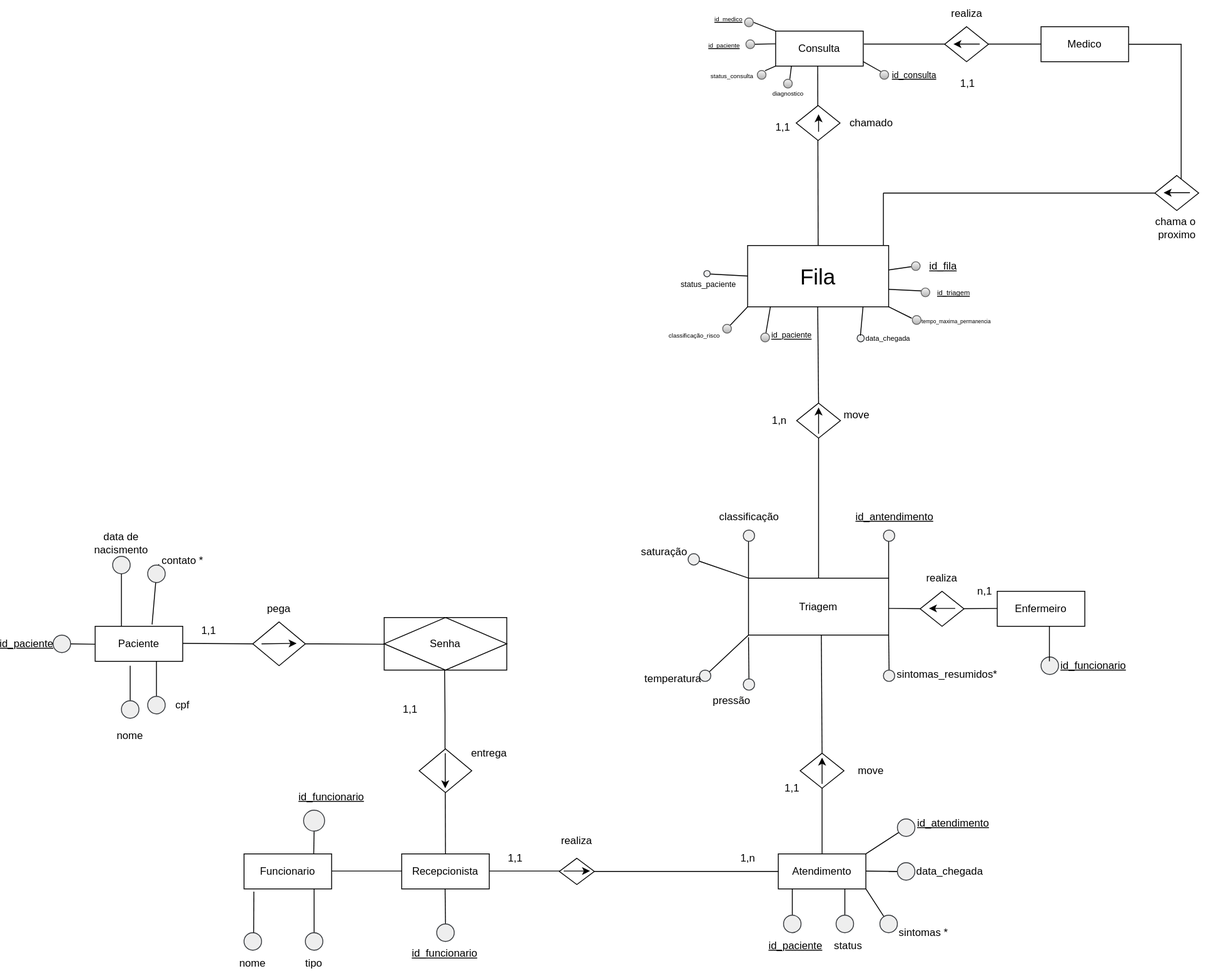
This is diagramas/FluxoPrincipalPaciente.drawio.svg from Zidan-09/ProjetoInterdiciplinar_GdF, a draw.io export, as it was before one commit. Source tidied: cells renumbered, new cells last; positions are measured from the earlier drawing's top-left corner, leaving out a move shared by most shapes.
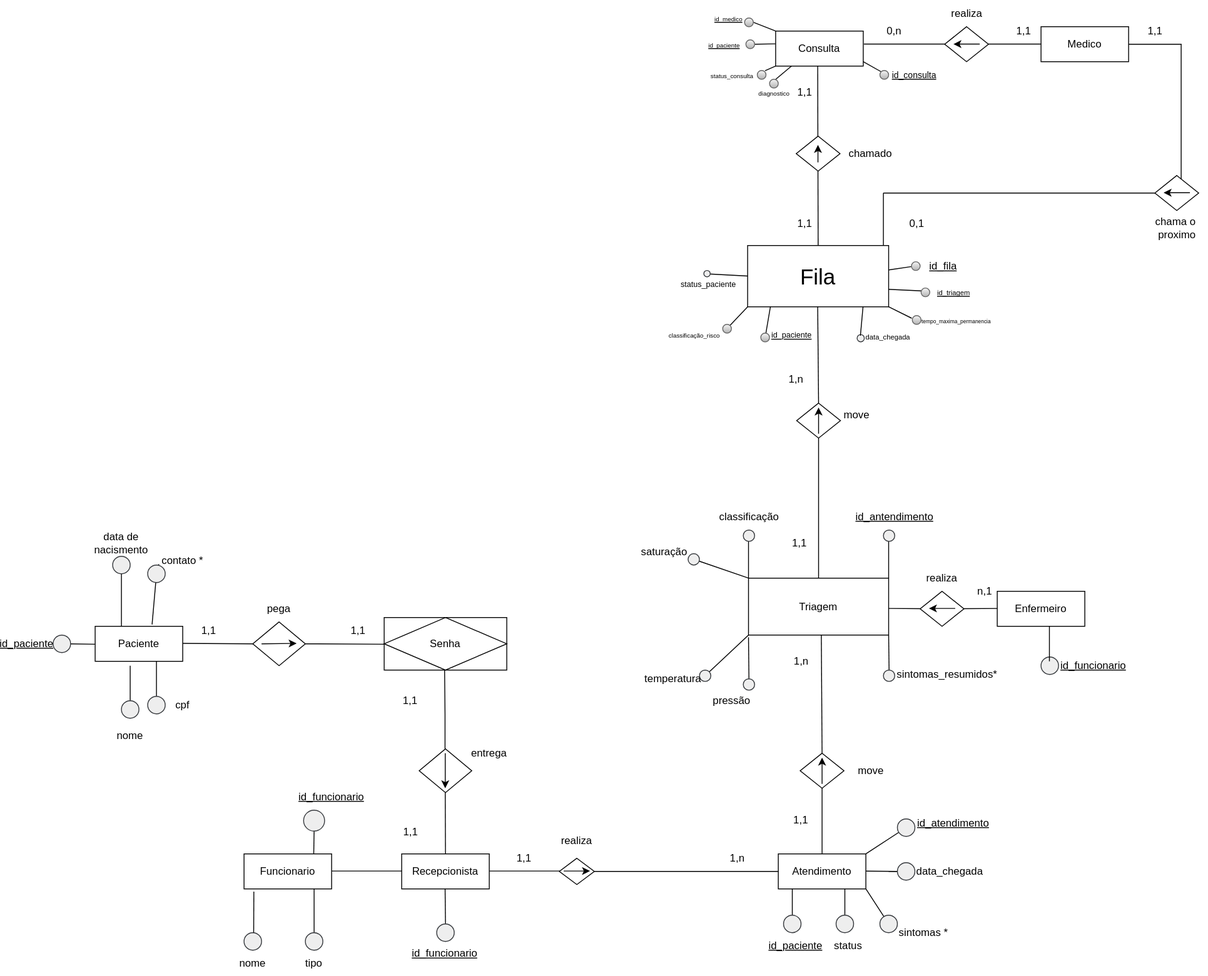
After the change.

Change to the diagram source:
```diff
@@ -36,7 +36,7 @@
       </mxGeometry>
     </mxCell>
     <mxCell id="9" value="1,1" style="text;strokeColor=none;align=center;fillColor=none;html=1;verticalAlign=middle;whiteSpace=wrap;rounded=0;" parent="1" vertex="1">
-      <mxGeometry x="438" y="795" width="60" height="30" as="geometry" />
+      <mxGeometry x="438" y="785" width="60" height="30" as="geometry" />
     </mxCell>
     <mxCell id="10" style="shape=rhombus;html=1;dashed=0;whiteSpace=wrap;perimeter=rhombusPerimeter;" parent="1" vertex="1">
       <mxGeometry x="288" y="710" width="60" height="50" as="geometry" />
@@ -302,7 +302,7 @@
       <mxGeometry x="964" y="865" width="60" height="30" as="geometry" />
     </mxCell>
     <mxCell id="75" value="1,1" style="text;strokeColor=none;align=center;fillColor=none;html=1;verticalAlign=middle;whiteSpace=wrap;rounded=0;" parent="1" vertex="1">
-      <mxGeometry x="558" y="965" width="60" height="30" as="geometry" />
+      <mxGeometry x="568" y="965" width="60" height="30" as="geometry" />
     </mxCell>
     <mxCell id="76" value="Triagem" style="whiteSpace=wrap;html=1;align=center;direction=south;" parent="1" vertex="1">
       <mxGeometry x="854" y="660" width="160" height="65" as="geometry" />
@@ -316,7 +316,7 @@
       <mxGeometry x="1058" y="925" width="60" height="30" as="geometry" />
     </mxCell>
     <mxCell id="79" value="1,1" style="text;strokeColor=none;align=center;fillColor=none;html=1;verticalAlign=middle;whiteSpace=wrap;rounded=0;" parent="1" vertex="1">
-      <mxGeometry x="874" y="885" width="60" height="30" as="geometry" />
+      <mxGeometry x="884" y="922" width="60" height="30" as="geometry" />
     </mxCell>
     <mxCell id="80" style="endArrow=none;html=1;rounded=0;" parent="1" edge="1" source="82">
       <mxGeometry relative="1" as="geometry">
@@ -513,7 +513,7 @@
       <mxGeometry width="7.3" height="7.3" as="geometry" />
     </mxCell>
     <mxCell id="128" value="&lt;font style=&quot;font-size: 8px;&quot;&gt;data_chegada&lt;/font&gt;" style="text;html=1;align=center;verticalAlign=middle;strokeColor=none;fillColor=none;" parent="1" vertex="1">
-      <mxGeometry x="978" y="370" width="70" height="30" as="geometry" />
+      <mxGeometry x="978" y="369" width="70" height="30" as="geometry" />
     </mxCell>
     <mxCell id="129" value="&lt;font style=&quot;font-size: 9px;&quot;&gt;status_paciente&lt;/font&gt;" style="text;html=1;align=center;verticalAlign=middle;strokeColor=none;fillColor=none;" parent="1" vertex="1">
       <mxGeometry x="763" y="308.5" width="90" height="30" as="geometry" />
@@ -584,16 +584,16 @@
       </mxGeometry>
     </mxCell>
     <mxCell id="147" style="shape=rhombus;html=1;dashed=0;whiteSpace=wrap;perimeter=rhombusPerimeter;" parent="1" vertex="1">
-      <mxGeometry x="908.5" y="120" width="50" height="40" as="geometry" />
+      <mxGeometry x="908.5" y="155" width="50" height="40" as="geometry" />
     </mxCell>
     <mxCell id="148" style="endArrow=classic;html=1;rounded=0;" parent="1" edge="1">
       <mxGeometry relative="1" as="geometry">
-        <mxPoint x="934" y="150" as="sourcePoint" />
-        <mxPoint x="934" y="130" as="targetPoint" />
+        <mxPoint x="933.3" y="185" as="sourcePoint" />
+        <mxPoint x="933.3" y="165" as="targetPoint" />
       </mxGeometry>
     </mxCell>
     <mxCell id="149" value="chamado" style="text;html=1;align=center;verticalAlign=middle;strokeColor=none;fillColor=none;" parent="1" vertex="1">
-      <mxGeometry x="959" y="125" width="70" height="30" as="geometry" />
+      <mxGeometry x="958.5" y="160" width="70" height="30" as="geometry" />
     </mxCell>
     <mxCell id="150" value="Consulta" style="whiteSpace=wrap;html=1;align=center;" parent="1" vertex="1">
       <mxGeometry x="885" y="35" width="100" height="40" as="geometry" />
@@ -639,10 +639,10 @@
       <mxGeometry x="1188" y="30" width="100" height="40" as="geometry" />
     </mxCell>
     <mxCell id="161" value="1,1" style="text;html=1;align=center;verticalAlign=middle;strokeColor=none;fillColor=none;" parent="1" vertex="1">
-      <mxGeometry x="873" y="130" width="40" height="30" as="geometry" />
+      <mxGeometry x="898" y="240" width="40" height="30" as="geometry" />
     </mxCell>
-    <mxCell id="162" value="1,n" style="text;html=1;align=center;verticalAlign=middle;strokeColor=none;fillColor=none;" parent="1" vertex="1">
-      <mxGeometry x="869" y="465" width="40" height="30" as="geometry" />
+    <mxCell id="162" value="1,1" style="text;html=1;align=center;verticalAlign=middle;strokeColor=none;fillColor=none;" parent="1" vertex="1">
+      <mxGeometry x="891.5" y="605" width="40" height="30" as="geometry" />
     </mxCell>
     <mxCell id="163" style="group;" parent="1" vertex="1">
       <mxGeometry x="864" y="80" width="10" height="10" as="geometry" />
@@ -675,7 +675,7 @@
       <mxGeometry width="10" height="10" as="geometry" />
     </mxCell>
     <mxCell id="171" value="1,1" style="text;html=1;align=center;verticalAlign=middle;strokeColor=none;fillColor=none;" parent="1" vertex="1">
-      <mxGeometry x="1084" y="80" width="40" height="30" as="geometry" />
+      <mxGeometry x="1148" y="20" width="40" height="30" as="geometry" />
     </mxCell>
     <mxCell id="172" value="&lt;u&gt;&lt;font style=&quot;font-size: 10px;&quot;&gt;id_consulta&lt;/font&gt;&lt;/u&gt;" style="text;html=1;align=center;verticalAlign=middle;strokeColor=none;fillColor=none;" parent="1" vertex="1">
       <mxGeometry x="1008" y="70" width="70" height="30" as="geometry" />
@@ -724,7 +724,7 @@
       </mxGeometry>
     </mxCell>
     <mxCell id="184" style="group;" parent="1" vertex="1">
-      <mxGeometry x="894" y="90" width="35" height="40" as="geometry" />
+      <mxGeometry x="878" y="90" width="35" height="40" as="geometry" />
     </mxCell>
     <mxCell id="185" style="endArrow=none;html=1;rounded=0;" parent="184" edge="1" target="186">
       <mxGeometry relative="1" as="geometry">
@@ -737,9 +737,6 @@
     <mxCell id="187" value="&lt;font style=&quot;font-size: 7px;&quot;&gt;diagnostico&lt;/font&gt;" style="text;html=1;align=center;verticalAlign=middle;strokeColor=none;fillColor=none;" parent="184" vertex="1">
       <mxGeometry x="-25" width="60" height="30" as="geometry" />
     </mxCell>
-    <mxCell id="188" value="1,n" style="text;html=1;align=center;verticalAlign=middle;strokeColor=none;fillColor=none;" parent="1" vertex="1">
-      <mxGeometry x="833" y="965" width="40" height="30" as="geometry" />
-    </mxCell>
     <mxCell id="189" style="endArrow=none;html=1;rounded=0;entryX=1;entryY=0.5;entryDx=0;entryDy=0;" parent="1" edge="1" target="160">
       <mxGeometry relative="1" as="geometry">
         <mxPoint x="1348" y="220" as="sourcePoint" />
@@ -776,5 +773,32 @@
     <mxCell id="195" value="chama o&amp;nbsp;&lt;div&gt;proximo&lt;/div&gt;" style="text;html=1;align=center;verticalAlign=middle;strokeColor=none;fillColor=none;" parent="1" vertex="1">
       <mxGeometry x="1308" y="240" width="70" height="40" as="geometry" />
     </mxCell>
+    <mxCell id="196" value="1,1" style="text;html=1;align=center;verticalAlign=middle;strokeColor=none;fillColor=none;" parent="1" vertex="1">
+      <mxGeometry x="388" y="705" width="40" height="30" as="geometry" />
+    </mxCell>
+    <mxCell id="197" value="1,1" style="text;html=1;align=center;verticalAlign=middle;strokeColor=none;fillColor=none;" parent="1" vertex="1">
+      <mxGeometry x="448" y="935" width="40" height="30" as="geometry" />
+    </mxCell>
+    <mxCell id="198" value="1,n" style="text;html=1;align=center;verticalAlign=middle;strokeColor=none;fillColor=none;" parent="1" vertex="1">
+      <mxGeometry x="821" y="965" width="40" height="30" as="geometry" />
+    </mxCell>
+    <mxCell id="199" value="1,n" style="text;html=1;align=center;verticalAlign=middle;strokeColor=none;fillColor=none;" parent="1" vertex="1">
+      <mxGeometry x="894" y="740" width="40" height="30" as="geometry" />
+    </mxCell>
+    <mxCell id="200" value="1,n" style="text;html=1;align=center;verticalAlign=middle;strokeColor=none;fillColor=none;" parent="1" vertex="1">
+      <mxGeometry x="888" y="418" width="40" height="30" as="geometry" />
+    </mxCell>
+    <mxCell id="201" value="1,1" style="text;html=1;align=center;verticalAlign=middle;strokeColor=none;fillColor=none;" parent="1" vertex="1">
+      <mxGeometry x="898" y="90" width="40" height="30" as="geometry" />
+    </mxCell>
+    <mxCell id="202" value="0,n" style="text;html=1;align=center;verticalAlign=middle;strokeColor=none;fillColor=none;" parent="1" vertex="1">
+      <mxGeometry x="1000" y="20" width="40" height="30" as="geometry" />
+    </mxCell>
+    <mxCell id="203" value="1,1" style="text;html=1;align=center;verticalAlign=middle;strokeColor=none;fillColor=none;" parent="1" vertex="1">
+      <mxGeometry x="1298" y="20" width="40" height="30" as="geometry" />
+    </mxCell>
+    <mxCell id="204" value="0,1" style="text;html=1;align=center;verticalAlign=middle;strokeColor=none;fillColor=none;" parent="1" vertex="1">
+      <mxGeometry x="1026" y="240" width="40" height="30" as="geometry" />
+    </mxCell>
   </root>
 </mxGraphModel>
```
